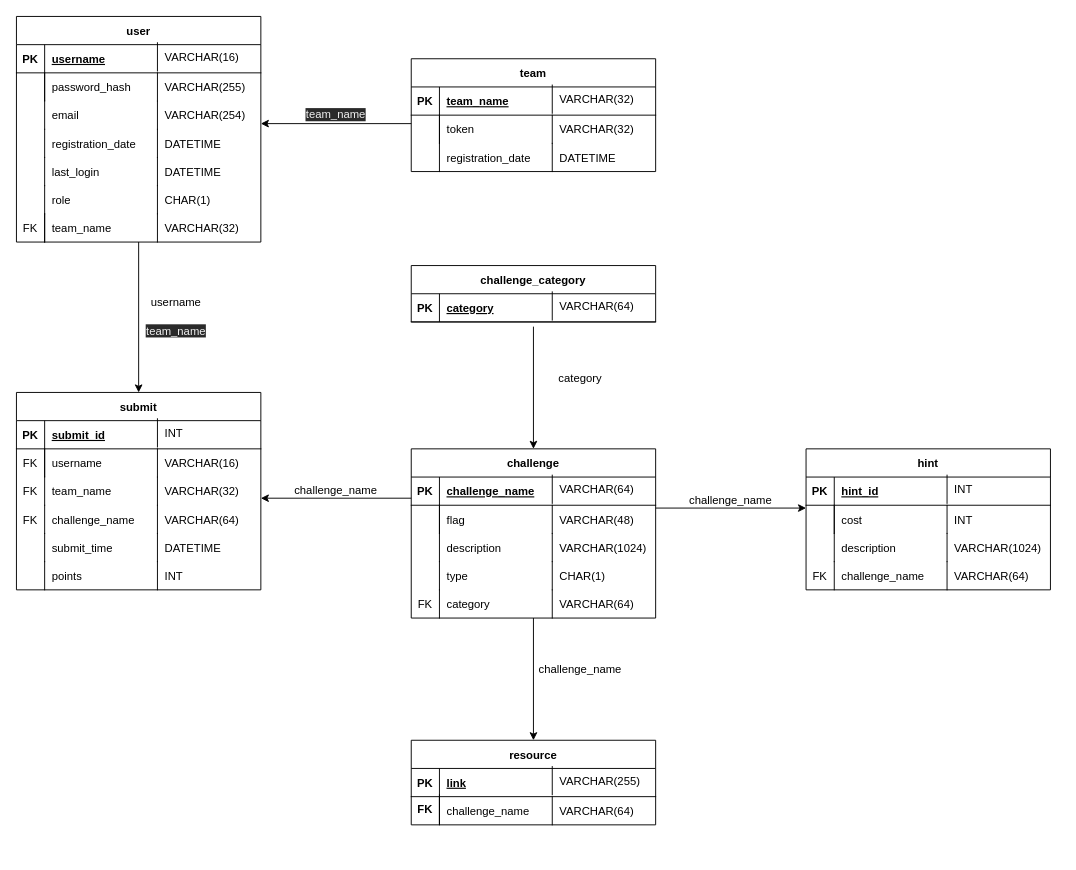
FeeeDz/H4ckUs4t1_CTF keeps this draw.io diagram as db/schema_diagram.drawio. Above is the earlier version. Source tidied: cells renumbered, new cells numbered last; positions are measured from the earlier drawing's top-left corner, leaving out a move shared by most shapes. Both pictures are drawn from the tidied source at 94%, with x=0, y=0 at pixel (16, 16).
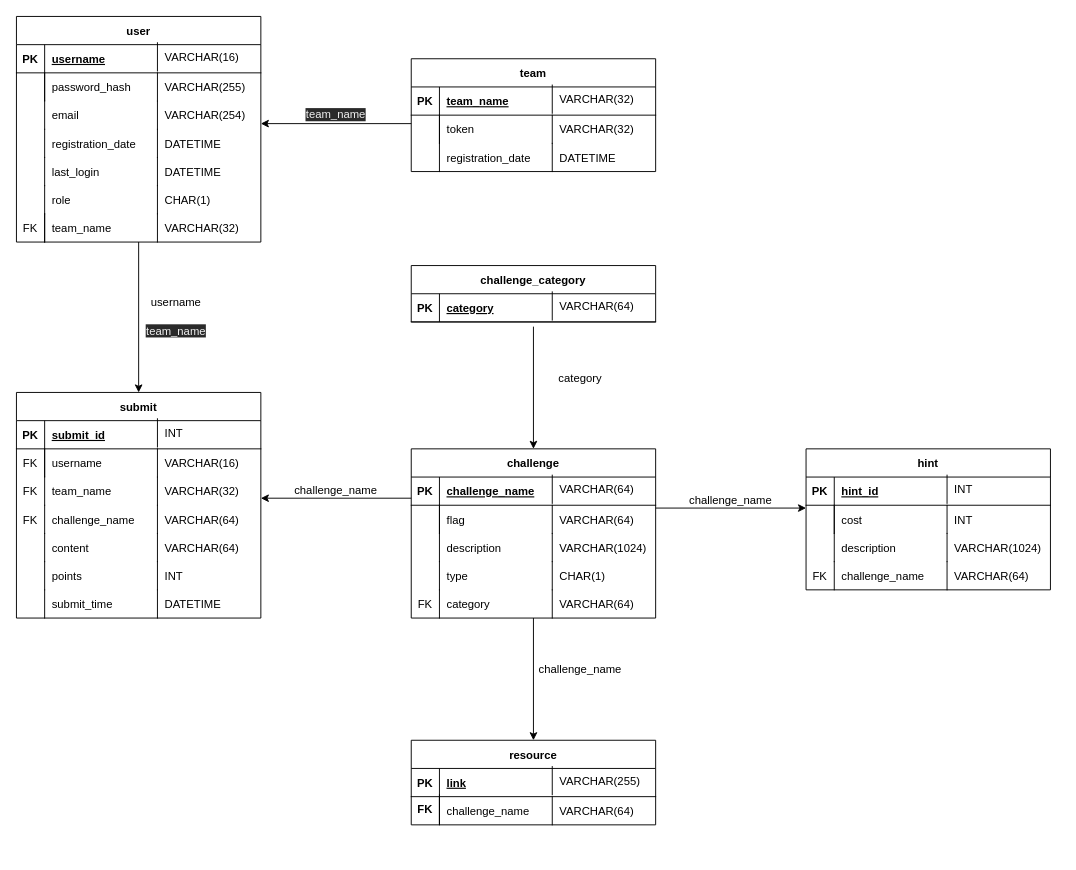
Above is the later version.

Commit message (it also covers changes not shown here):
aggiunta content nel submit

Unchanged cells that the change refers to:
```xml
<mxCell id="18" style="group;" parent="1" vertex="1">
  <mxGeometry y="550" width="270" height="30" as="geometry" />
</mxCell>
```

Change to the diagram source:
```diff
@@
     <mxCell id="3" value="submit" style="shape=table;startSize=30;childLayout=tableLayout;rowLines=0;fontStyle=1;align=center;" parent="1" vertex="1">
-      <mxGeometry y="400" width="260" height="210" as="geometry" />
+      <mxGeometry y="400" width="260" height="240" as="geometry" />
     </mxCell>
@@
-    <mxCell id="20" value="submit_time" style="shape=partialRectangle;overflow=hidden;fillColor=none;top=0;left=0;bottom=0;right=0;align=left;spacingLeft=6;" parent="18" vertex="1">
+    <mxCell id="20" value="content" style="shape=partialRectangle;overflow=hidden;fillColor=none;top=0;left=0;bottom=0;right=0;align=left;spacingLeft=6;" parent="18" vertex="1">
       <mxGeometry x="30" width="100" height="30" as="geometry" />
     </mxCell>
-    <mxCell id="21" value="DATETIME" style="shape=partialRectangle;overflow=hidden;fillColor=none;top=0;left=1;bottom=0;right=0;align=left;spacingLeft=6;" parent="18" vertex="1">
+    <mxCell id="21" value="VARCHAR(64)" style="shape=partialRectangle;overflow=hidden;fillColor=none;top=0;left=1;bottom=0;right=0;align=left;spacingLeft=6;" parent="18" vertex="1">
       <mxGeometry x="150" width="110" height="30" as="geometry" />
     </mxCell>
@@
-    <mxCell id="96" value="VARCHAR(48)" style="shape=partialRectangle;overflow=hidden;fillColor=none;top=0;left=1;bottom=0;right=0;align=left;spacingLeft=6;" parent="1" vertex="1">
+    <mxCell id="96" value="VARCHAR(64)" style="shape=partialRectangle;overflow=hidden;fillColor=none;top=0;left=1;bottom=0;right=0;align=left;spacingLeft=6;" parent="1" vertex="1">
       <mxGeometry x="570" y="520" width="120" height="30" as="geometry" />
     </mxCell>
@@
-    <mxCell id="98" style="shape=partialRectangle;fillColor=none;top=0;left=0;right=0;bottom=0;" parent="1" vertex="1">
-      <mxGeometry x="30" y="815" width="170" height="30" as="geometry" />
-    </mxCell>
@@
+    <mxCell id="159" style="group;" parent="1" vertex="1">
+      <mxGeometry y="610" width="130" height="30" as="geometry" />
+    </mxCell>
+    <mxCell id="160" style="shape=partialRectangle;overflow=hidden;fillColor=none;top=0;left=0;bottom=0;right=1;" parent="159" vertex="1">
+      <mxGeometry width="30" height="30" as="geometry" />
+    </mxCell>
+    <mxCell id="161" value="submit_time" style="shape=partialRectangle;overflow=hidden;fillColor=none;top=0;left=0;bottom=0;right=0;align=left;spacingLeft=6;" parent="159" vertex="1">
+      <mxGeometry x="30" width="100" height="30" as="geometry" />
+    </mxCell>
+    <mxCell id="162" value="DATETIME" style="shape=partialRectangle;overflow=hidden;fillColor=none;top=0;left=1;bottom=0;right=0;align=left;spacingLeft=6;" parent="1" vertex="1">
+      <mxGeometry x="150" y="610" width="80" height="30" as="geometry" />
+    </mxCell>
```
